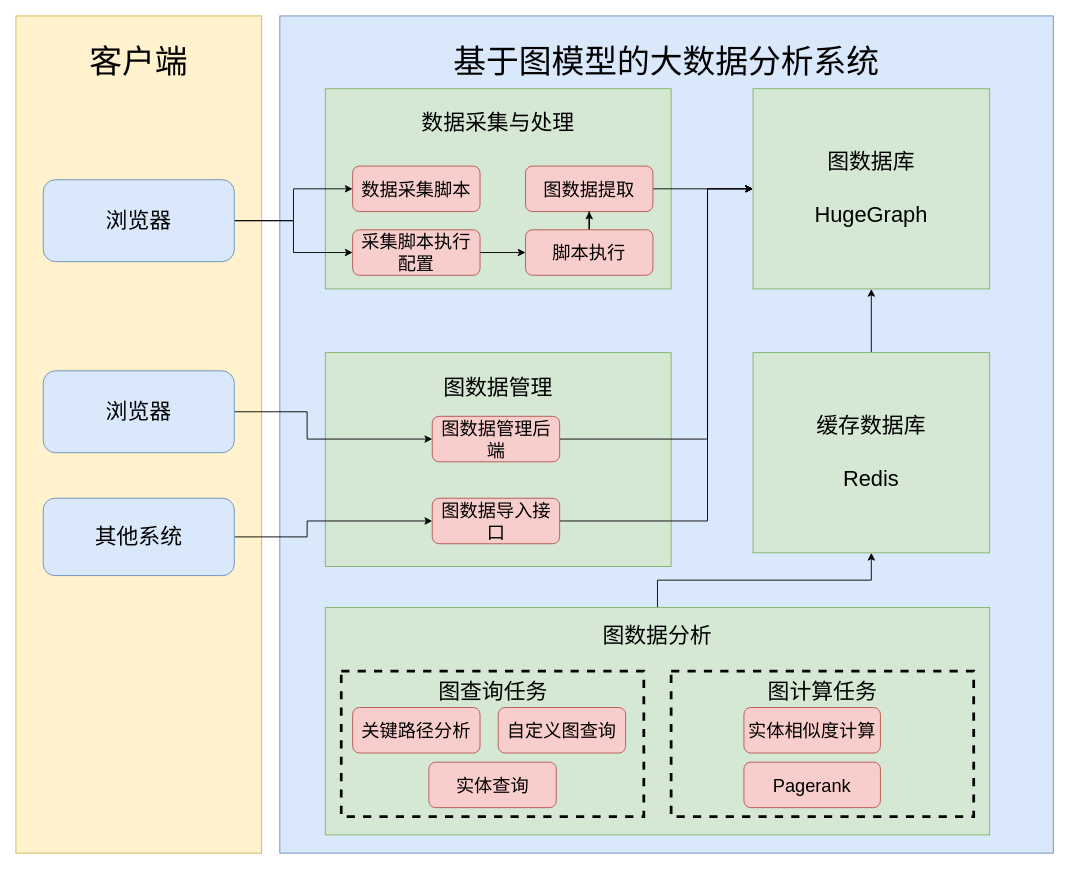
EricTao2/images-repository keeps this draw.io diagram as 老婆系统架构图.drawio. Above is the earlier version. Source tidied: cells renumbered, new cells numbered last; positions are measured from the earlier drawing's top-left corner, leaving out a move shared by most shapes. Both pictures are drawn from the tidied source at 91%, with x=0, y=0 at pixel (15, 15).
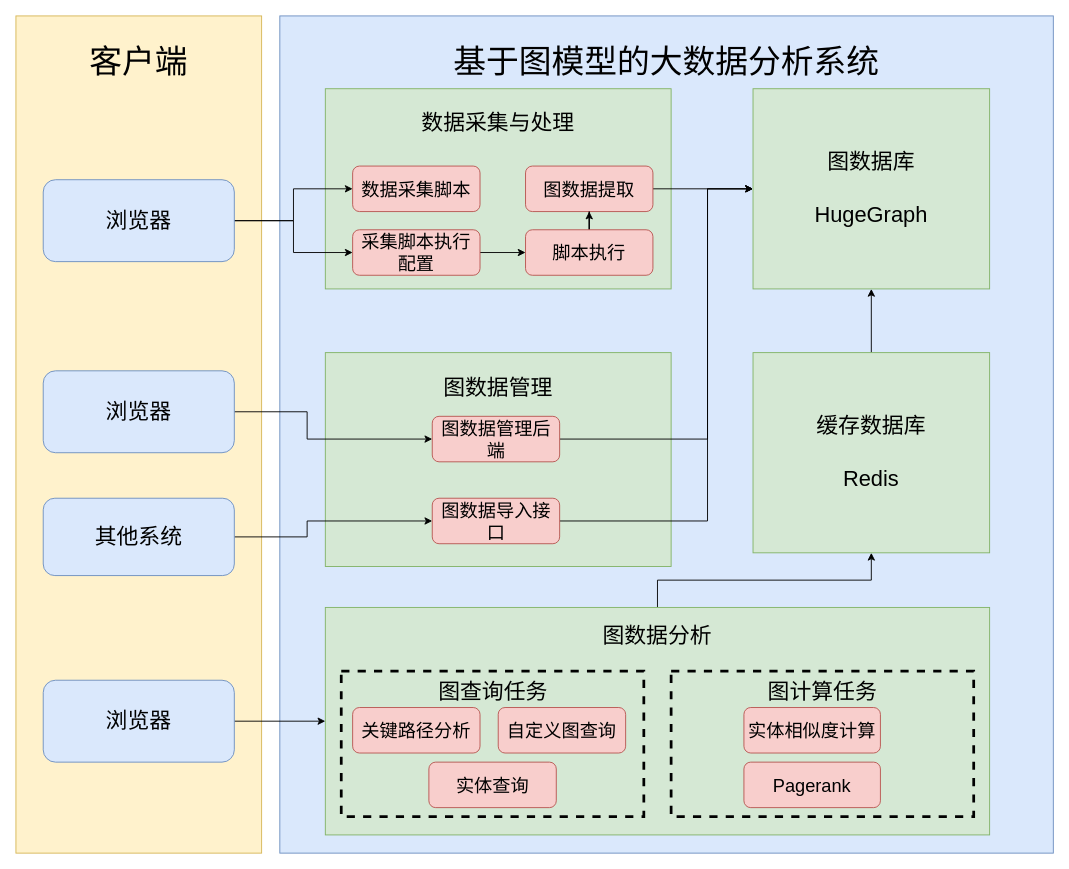
After the change.

Commit message (it also covers changes not shown here):
更新老婆系统架构图.drawio

Unchanged cells that the change refers to:
```xml
<mxCell id="7" value="&lt;font style=&quot;&quot;&gt;&lt;font style=&quot;font-size: 24px;&quot;&gt;图数据分析&lt;br&gt;&lt;br&gt;&lt;br&gt;&lt;br&gt;&lt;br&gt;&lt;br&gt;&lt;br&gt;&lt;/font&gt;&lt;br&gt;&lt;/font&gt;" style="rounded=0;whiteSpace=wrap;html=1;fillColor=#d5e8d4;strokeColor=#82b366;" parent="1" vertex="1">
  <mxGeometry x="340" y="650" width="730" height="250" as="geometry" />
</mxCell>
```

Change to the diagram source:
```diff
@@
+    <mxCell id="37" style="edgeStyle=orthogonalEdgeStyle;rounded=0;jettySize=auto;html=1;exitX=1;exitY=0.5;exitDx=0;exitDy=0;entryX=0;entryY=0.5;entryDx=0;entryDy=0;" parent="1" edge="1" source="38" target="7">
+      <mxGeometry relative="1" as="geometry" />
+    </mxCell>
+    <mxCell id="38" value="&lt;font style=&quot;font-size: 24px;&quot;&gt;浏览器&lt;br&gt;&lt;/font&gt;" style="rounded=1;whiteSpace=wrap;html=1;fillColor=#dae8fc;strokeColor=#6c8ebf;" parent="1" vertex="1">
+      <mxGeometry x="30" y="730" width="210" height="90" as="geometry" />
+    </mxCell>
```
